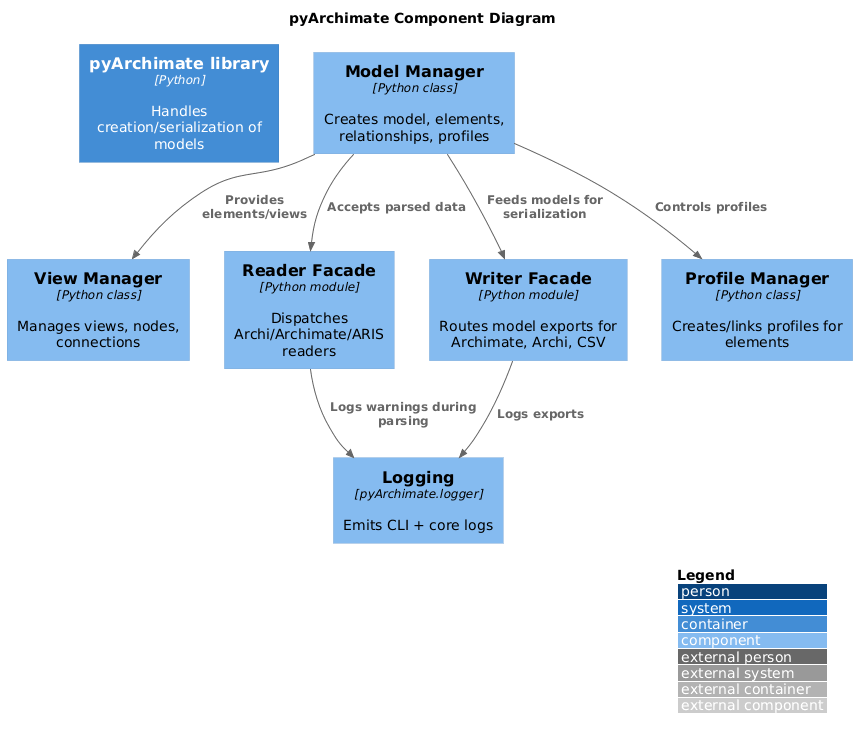
Above: docs/diagrams/c4_component.png in pyArchimate/pyArchimate (PlantUML), before the change.
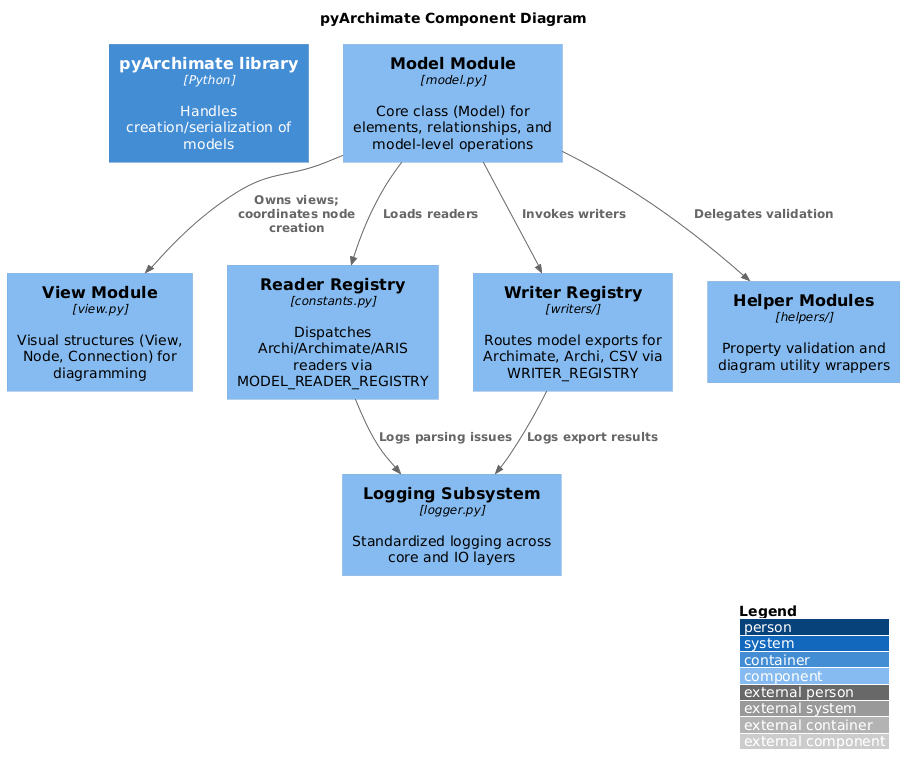
After the change.

The edit, as a diff of the source:
```diff
@@ -5,17 +5,17 @@
 
 Container(pyArchimateLib, "pyArchimate library", "Python", "Handles creation/serialization of models")
 
-Component(modelManager, "Model Manager", "Python class", "Creates model, elements, relationships, profiles")
-Component(viewManager, "View Manager", "Python class", "Manages views, nodes, connections")
-Component(readerFacade, "Reader Facade", "Python module", "Dispatches Archi/Archimate/ARIS readers")
-Component(writerFacade, "Writer Facade", "Python module", "Routes model exports for Archimate, Archi, CSV")
-Component(logging, "Logging", "pyArchimate.logger", "Emits CLI + core logs")
-Component(profileHelper, "Profile Manager", "Python class", "Creates/links profiles for elements")
+Component(modelMod, "Model Module", "model.py", "Core class (Model) for elements, relationships, and model-level operations")
+Component(viewMod, "View Module", "view.py", "Visual structures (View, Node, Connection) for diagramming")
+Component(readerRegistry, "Reader Registry", "constants.py", "Dispatches Archi/Archimate/ARIS readers via MODEL_READER_REGISTRY")
+Component(writerRegistry, "Writer Registry", "writers/", "Routes model exports for Archimate, Archi, CSV via WRITER_REGISTRY")
+Component(logging, "Logging Subsystem", "logger.py", "Standardized logging across core and IO layers")
+Component(helpers, "Helper Modules", "helpers/", "Property validation and diagram utility wrappers")
 
-Rel(modelManager, viewManager, "Provides elements/views")
-Rel(modelManager, readerFacade, "Accepts parsed data")
-Rel(modelManager, writerFacade, "Feeds models for serialization")
-Rel(modelManager, profileHelper, "Controls profiles")
-Rel(readerFacade, logging, "Logs warnings during parsing")
-Rel(writerFacade, logging, "Logs exports")
+Rel(modelMod, viewMod, "Owns views; coordinates node creation")
+Rel(modelMod, readerRegistry, "Loads readers")
+Rel(modelMod, writerRegistry, "Invokes writers")
+Rel(modelMod, helpers, "Delegates validation")
+Rel(readerRegistry, logging, "Logs parsing issues")
+Rel(writerRegistry, logging, "Logs export results")
 @enduml
```
